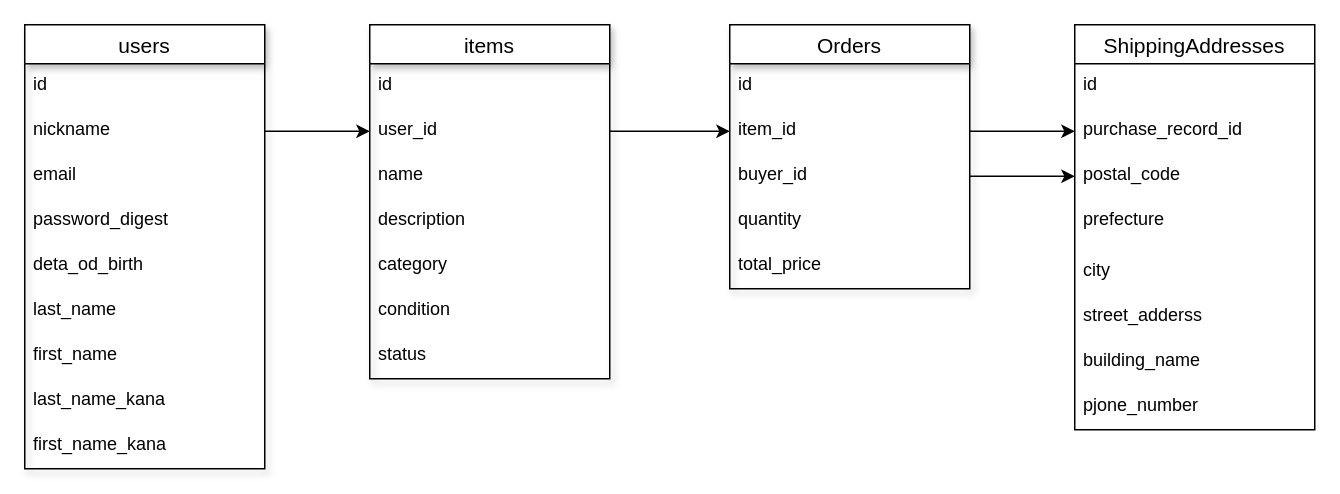
Above: er.dio in yutaiwahashi/furima-39443 (draw.io), before the change. Source tidied: cells renumbered, new cells numbered last; positions are measured from the earlier drawing's top-left corner, leaving out a move shared by most shapes. Both pictures are drawn from the tidied source at 150%, with x=0, y=0 at pixel (24, 24).
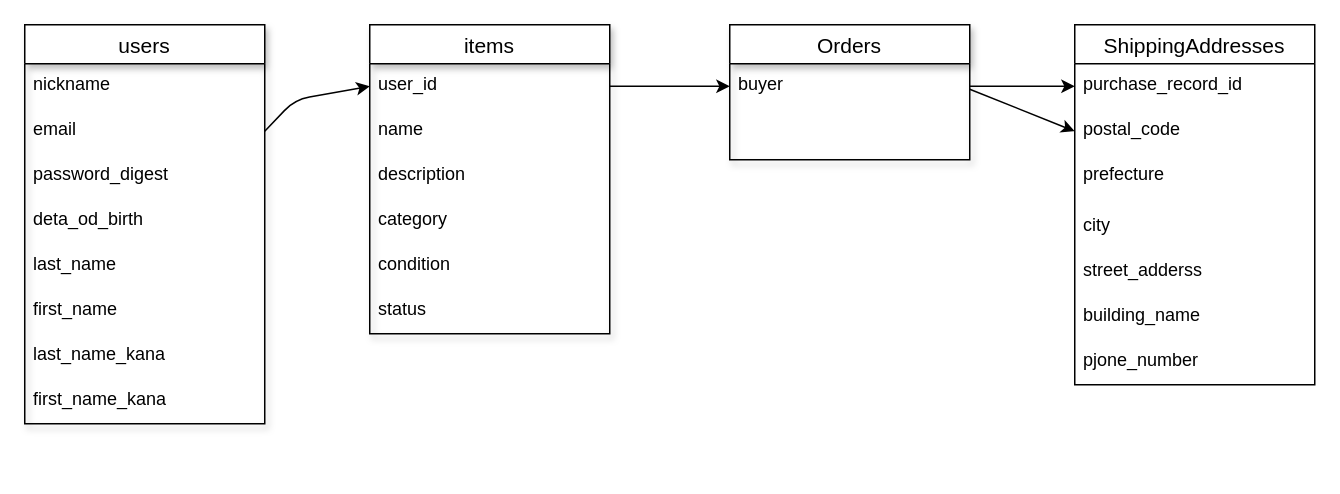
The same diagram, later.

Change to the diagram source:
```diff
@@
     <mxCell id="2" value="Orders " style="swimlane;fontStyle=0;horizontal=1;startSize=26;align=center;fontSize=14;shadow=1;" parent="1" vertex="1">
-      <mxGeometry x="470" width="160" height="176" as="geometry" />
+      <mxGeometry x="470" width="160" height="90" as="geometry" />
     </mxCell>
-    <mxCell id="3" value="id   " style="text;strokeColor=none;fillColor=none;spacingLeft=4;spacingRight=4;overflow=hidden;fontSize=12;" parent="2" vertex="1">
-      <mxGeometry y="26" width="160" height="30" as="geometry" />
-    </mxCell>
-    <mxCell id="4" value="item_id" style="text;strokeColor=none;fillColor=none;spacingLeft=4;spacingRight=4;overflow=hidden;points=[[0,0.5],[1,0.5]];portConstraint=eastwest;fontSize=12;" parent="2" vertex="1">
-      <mxGeometry y="56" width="160" height="30" as="geometry" />
-    </mxCell>
-    <mxCell id="5" value="buyer_id" style="text;strokeColor=none;fillColor=none;spacingLeft=4;spacingRight=4;overflow=hidden;points=[[0,0.5],[1,0.5]];portConstraint=eastwest;fontSize=12;" parent="2" vertex="1">
-      <mxGeometry y="86" width="160" height="30" as="geometry" />
+    <mxCell id="5" value="buyer" style="text;strokeColor=none;fillColor=none;spacingLeft=4;spacingRight=4;overflow=hidden;points=[[0,0.5],[1,0.5]];portConstraint=eastwest;fontSize=12;" parent="2" vertex="1">
+      <mxGeometry y="26" width="160" height="34" as="geometry" />
     </mxCell>
-    <mxCell id="6" value="quantity" style="text;strokeColor=none;fillColor=none;spacingLeft=4;spacingRight=4;overflow=hidden;fontSize=12;" parent="2" vertex="1">
-      <mxGeometry y="116" width="160" height="30" as="geometry" />
-    </mxCell>
-    <mxCell id="7" value="total_price" style="text;strokeColor=none;fillColor=none;spacingLeft=4;spacingRight=4;overflow=hidden;fontSize=12;" parent="2" vertex="1">
-      <mxGeometry y="146" width="160" height="30" as="geometry" />
-    </mxCell>
+    <mxCell id="39" style="text;strokeColor=none;fillColor=none;spacingLeft=4;spacingRight=4;overflow=hidden;fontSize=12;" parent="2" vertex="1">
+      <mxGeometry y="60" width="160" height="30" as="geometry" />
+    </mxCell>
     <mxCell id="8" value="ShippingAddresses" style="swimlane;fontStyle=0;horizontal=1;startSize=26;align=center;fontSize=14;" parent="1" vertex="1">
-      <mxGeometry x="700" width="160" height="270" as="geometry" />
+      <mxGeometry x="700" width="160" height="240" as="geometry" />
     </mxCell>
-    <mxCell id="9" value="id     " style="text;strokeColor=none;fillColor=none;spacingLeft=4;spacingRight=4;overflow=hidden;fontSize=12;" parent="8" vertex="1">
-      <mxGeometry y="26" width="160" height="30" as="geometry" />
-    </mxCell>
     <mxCell id="10" value="purchase_record_id " style="text;strokeColor=none;fillColor=none;spacingLeft=4;spacingRight=4;overflow=hidden;points=[[0,0.5],[1,0.5]];portConstraint=eastwest;fontSize=12;" parent="8" vertex="1">
-      <mxGeometry y="56" width="160" height="30" as="geometry" />
+      <mxGeometry y="26" width="160" height="30" as="geometry" />
     </mxCell>
     <mxCell id="11" value="postal_code" style="text;strokeColor=none;fillColor=none;spacingLeft=4;spacingRight=4;overflow=hidden;points=[[0,0.5],[1,0.5]];portConstraint=eastwest;fontSize=12;" parent="8" vertex="1">
-      <mxGeometry y="86" width="160" height="30" as="geometry" />
+      <mxGeometry y="56" width="160" height="30" as="geometry" />
     </mxCell>
     <mxCell id="12" value="prefecture" style="text;strokeColor=none;fillColor=none;spacingLeft=4;spacingRight=4;overflow=hidden;fontSize=12;" parent="8" vertex="1">
-      <mxGeometry y="116" width="160" height="34" as="geometry" />
+      <mxGeometry y="86" width="160" height="34" as="geometry" />
     </mxCell>
     <mxCell id="13" value="city" style="text;strokeColor=none;fillColor=none;spacingLeft=4;spacingRight=4;overflow=hidden;fontSize=12;" parent="8" vertex="1">
-      <mxGeometry y="150" width="160" height="30" as="geometry" />
+      <mxGeometry y="120" width="160" height="30" as="geometry" />
     </mxCell>
     <mxCell id="14" value="street_adderss" style="text;strokeColor=none;fillColor=none;spacingLeft=4;spacingRight=4;overflow=hidden;fontSize=12;" parent="8" vertex="1">
-      <mxGeometry y="180" width="160" height="30" as="geometry" />
+      <mxGeometry y="150" width="160" height="30" as="geometry" />
     </mxCell>
     <mxCell id="15" value="building_name" style="text;strokeColor=none;fillColor=none;spacingLeft=4;spacingRight=4;overflow=hidden;fontSize=12;" parent="8" vertex="1">
-      <mxGeometry y="210" width="160" height="30" as="geometry" />
+      <mxGeometry y="180" width="160" height="30" as="geometry" />
     </mxCell>
     <mxCell id="16" value="pjone_number" style="text;strokeColor=none;fillColor=none;spacingLeft=4;spacingRight=4;overflow=hidden;fontSize=12;" parent="8" vertex="1">
-      <mxGeometry y="240" width="160" height="30" as="geometry" />
+      <mxGeometry y="210" width="160" height="30" as="geometry" />
     </mxCell>
     <mxCell id="17" value="users" style="swimlane;fontStyle=0;horizontal=1;startSize=26;align=center;fontSize=14;shadow=1;" parent="1" vertex="1">
-      <mxGeometry width="160" height="296" as="geometry" />
+      <mxGeometry width="160" height="266" as="geometry" />
     </mxCell>
-    <mxCell id="18" value="id" style="text;strokeColor=none;fillColor=none;spacingLeft=4;spacingRight=4;overflow=hidden;fontSize=12;shadow=1;" parent="17" vertex="1">
-      <mxGeometry y="26" width="160" height="30" as="geometry" />
-    </mxCell>
     <mxCell id="19" value="nickname" style="text;strokeColor=none;fillColor=none;spacingLeft=4;spacingRight=4;overflow=hidden;points=[[0,0.5],[1,0.5]];portConstraint=eastwest;fontSize=12;shadow=1;" parent="17" vertex="1">
-      <mxGeometry y="56" width="160" height="30" as="geometry" />
+      <mxGeometry y="26" width="160" height="30" as="geometry" />
     </mxCell>
     <mxCell id="20" value="email" style="text;strokeColor=none;fillColor=none;spacingLeft=4;spacingRight=4;overflow=hidden;points=[[0,0.5],[1,0.5]];portConstraint=eastwest;fontSize=12;shadow=1;" parent="17" vertex="1">
-      <mxGeometry y="86" width="160" height="30" as="geometry" />
+      <mxGeometry y="56" width="160" height="30" as="geometry" />
     </mxCell>
     <mxCell id="21" value="password_digest" style="text;strokeColor=none;fillColor=none;spacingLeft=4;spacingRight=4;overflow=hidden;fontSize=12;shadow=1;" parent="17" vertex="1">
-      <mxGeometry y="116" width="160" height="30" as="geometry" />
+      <mxGeometry y="86" width="160" height="30" as="geometry" />
     </mxCell>
     <mxCell id="22" value="deta_od_birth" style="text;strokeColor=none;fillColor=none;spacingLeft=4;spacingRight=4;overflow=hidden;fontSize=12;shadow=1;" parent="17" vertex="1">
-      <mxGeometry y="146" width="160" height="30" as="geometry" />
+      <mxGeometry y="116" width="160" height="30" as="geometry" />
     </mxCell>
     <mxCell id="23" value="last_name" style="text;strokeColor=none;fillColor=none;spacingLeft=4;spacingRight=4;overflow=hidden;fontSize=12;shadow=1;" parent="17" vertex="1">
-      <mxGeometry y="176" width="160" height="30" as="geometry" />
+      <mxGeometry y="146" width="160" height="30" as="geometry" />
     </mxCell>
     <mxCell id="24" value="first_name" style="text;strokeColor=none;fillColor=none;spacingLeft=4;spacingRight=4;overflow=hidden;fontSize=12;shadow=1;" parent="17" vertex="1">
-      <mxGeometry y="206" width="160" height="30" as="geometry" />
+      <mxGeometry y="176" width="160" height="30" as="geometry" />
     </mxCell>
     <mxCell id="25" value="last_name_kana" style="text;strokeColor=none;fillColor=none;spacingLeft=4;spacingRight=4;overflow=hidden;fontSize=12;shadow=1;" parent="17" vertex="1">
-      <mxGeometry y="236" width="160" height="30" as="geometry" />
+      <mxGeometry y="206" width="160" height="30" as="geometry" />
     </mxCell>
     <mxCell id="26" value="first_name_kana" style="text;strokeColor=none;fillColor=none;spacingLeft=4;spacingRight=4;overflow=hidden;fontSize=12;shadow=1;" parent="17" vertex="1">
-      <mxGeometry y="266" width="160" height="30" as="geometry" />
+      <mxGeometry y="236" width="160" height="30" as="geometry" />
     </mxCell>
     <mxCell id="27" value="items" style="swimlane;fontStyle=0;horizontal=1;startSize=26;align=center;fontSize=14;shadow=1;" parent="1" vertex="1">
-      <mxGeometry x="230" width="160" height="236" as="geometry" />
+      <mxGeometry x="230" width="160" height="206" as="geometry" />
     </mxCell>
-    <mxCell id="28" value="id" style="text;strokeColor=none;fillColor=none;spacingLeft=4;spacingRight=4;overflow=hidden;fontSize=12;shadow=1;" parent="27" vertex="1">
-      <mxGeometry y="26" width="160" height="30" as="geometry" />
-    </mxCell>
     <mxCell id="29" value="user_id" style="text;strokeColor=none;fillColor=none;spacingLeft=4;spacingRight=4;overflow=hidden;points=[[0,0.5],[1,0.5]];portConstraint=eastwest;fontSize=12;shadow=1;" parent="27" vertex="1">
-      <mxGeometry y="56" width="160" height="30" as="geometry" />
+      <mxGeometry y="26" width="160" height="30" as="geometry" />
     </mxCell>
     <mxCell id="30" value="name" style="text;strokeColor=none;fillColor=none;spacingLeft=4;spacingRight=4;overflow=hidden;fontSize=12;shadow=1;" parent="27" vertex="1">
-      <mxGeometry y="86" width="160" height="30" as="geometry" />
+      <mxGeometry y="56" width="160" height="30" as="geometry" />
     </mxCell>
     <mxCell id="31" value="description" style="text;strokeColor=none;fillColor=none;spacingLeft=4;spacingRight=4;overflow=hidden;fontSize=12;shadow=1;" parent="27" vertex="1">
-      <mxGeometry y="116" width="160" height="30" as="geometry" />
+      <mxGeometry y="86" width="160" height="30" as="geometry" />
     </mxCell>
     <mxCell id="32" value="category" style="text;strokeColor=none;fillColor=none;spacingLeft=4;spacingRight=4;overflow=hidden;fontSize=12;shadow=1;" parent="27" vertex="1">
-      <mxGeometry y="146" width="160" height="30" as="geometry" />
+      <mxGeometry y="116" width="160" height="30" as="geometry" />
     </mxCell>
     <mxCell id="33" value="condition" style="text;strokeColor=none;fillColor=none;spacingLeft=4;spacingRight=4;overflow=hidden;fontSize=12;shadow=1;" parent="27" vertex="1">
-      <mxGeometry y="176" width="160" height="30" as="geometry" />
+      <mxGeometry y="146" width="160" height="30" as="geometry" />
     </mxCell>
     <mxCell id="34" value="status" style="text;strokeColor=none;fillColor=none;spacingLeft=4;spacingRight=4;overflow=hidden;fontSize=12;shadow=1;" parent="27" vertex="1">
-      <mxGeometry y="206" width="160" height="30" as="geometry" />
+      <mxGeometry y="176" width="160" height="30" as="geometry" />
     </mxCell>
-    <mxCell id="35" style="edgeStyle=none;html=1;exitX=1;exitY=0.5;exitDx=0;exitDy=0;entryX=0;entryY=0.5;entryDx=0;entryDy=0;" parent="1" edge="1" source="19" target="29">
-      <mxGeometry relative="1" as="geometry" />
+    <mxCell id="35" style="edgeStyle=none;html=1;exitX=1;exitY=0.5;exitDx=0;exitDy=0;entryX=0;entryY=0.5;entryDx=0;entryDy=0;" parent="1" edge="1" source="20" target="29">
+      <mxGeometry relative="1" as="geometry">
+        <Array as="points">
+          <mxPoint x="180" y="50" />
+        </Array>
+      </mxGeometry>
     </mxCell>
-    <mxCell id="36" style="edgeStyle=none;html=1;exitX=1;exitY=0.5;exitDx=0;exitDy=0;entryX=0;entryY=0.5;entryDx=0;entryDy=0;" parent="1" edge="1" source="29" target="4">
-      <mxGeometry relative="1" as="geometry" />
+    <mxCell id="36" style="edgeStyle=none;html=1;exitX=1;exitY=0.5;exitDx=0;exitDy=0;entryX=0;entryY=0.5;entryDx=0;entryDy=0;" parent="1" edge="1" source="29">
+      <mxGeometry relative="1" as="geometry">
+        <mxPoint x="470" y="41" as="targetPoint" />
+      </mxGeometry>
     </mxCell>
-    <mxCell id="37" style="edgeStyle=none;html=1;exitX=1;exitY=0.5;exitDx=0;exitDy=0;entryX=0;entryY=0.5;entryDx=0;entryDy=0;" parent="1" edge="1" source="4" target="10">
-      <mxGeometry relative="1" as="geometry" />
+    <mxCell id="37" style="edgeStyle=none;html=1;exitX=1;exitY=0.5;exitDx=0;exitDy=0;entryX=0;entryY=0.5;entryDx=0;entryDy=0;" parent="1" edge="1" target="10">
+      <mxGeometry relative="1" as="geometry">
+        <mxPoint x="630" y="41" as="sourcePoint" />
+      </mxGeometry>
     </mxCell>
```
